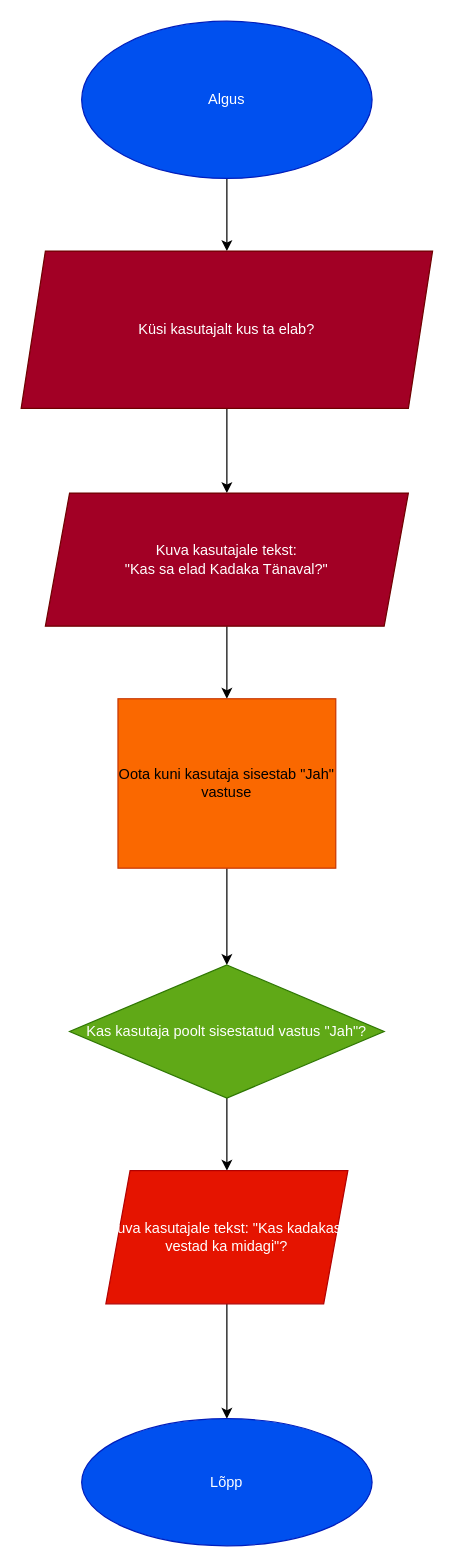
Dmitrybog13/Konspekt_Dmitri_Bogdanov_LOGITge25 keeps this draw.io diagram as Kontroltöö/Ülesanne 1.drawio. Above is the earlier version. Source tidied: cells renumbered, new cells numbered last; positions are measured from the earlier drawing's top-left corner, leaving out a move shared by most shapes. Both pictures are drawn from the tidied source at 121%, with x=0, y=0 at pixel (21, 21).
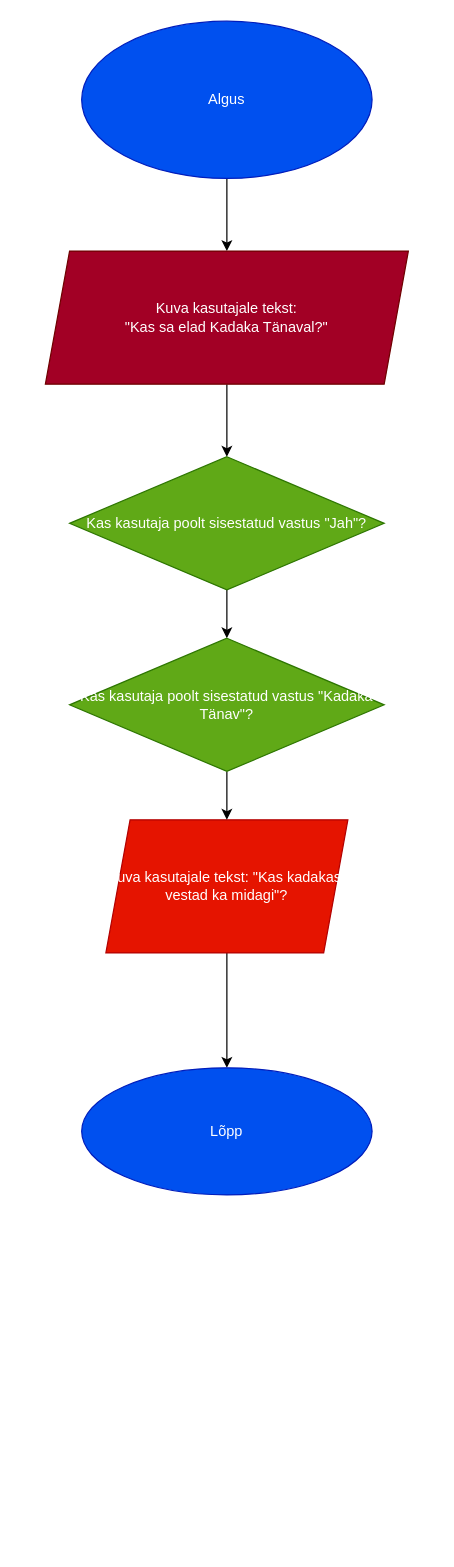
The same page after the edit.

Change to the diagram source:
```diff
@@
 <mxGraphModel>
   <root>
     <mxCell id="0" />
     <mxCell id="1" parent="0" />
-    <mxCell id="2" style="edgeStyle=orthogonalEdgeStyle;rounded=0;jettySize=auto;html=1;" parent="1" edge="1" source="3" target="5">
+    <mxCell id="2" style="edgeStyle=orthogonalEdgeStyle;rounded=0;jettySize=auto;html=1;entryX=0.5;entryY=0;entryDx=0;entryDy=0;" parent="1" edge="1" source="3" target="7">
       <mxGeometry relative="1" as="geometry" />
     </mxCell>
     <mxCell id="3" value="Algus" style="ellipse;whiteSpace=wrap;html=1;fillColor=#0050ef;fontColor=#ffffff;strokeColor=#001DBC;" parent="1" vertex="1">
       <mxGeometry x="50" width="240" height="130" as="geometry" />
     </mxCell>
-    <mxCell id="4" style="edgeStyle=orthogonalEdgeStyle;rounded=0;jettySize=auto;html=1;" parent="1" edge="1" source="5" target="7">
-      <mxGeometry relative="1" as="geometry" />
-    </mxCell>
-    <mxCell id="5" value="Küsi kasutajalt kus ta elab?" style="shape=parallelogram;perimeter=parallelogramPerimeter;whiteSpace=wrap;html=1;fixedSize=1;fillColor=#a20025;strokeColor=#6F0000;fontColor=#ffffff;" parent="1" vertex="1">
-      <mxGeometry y="190" width="340" height="130" as="geometry" />
-    </mxCell>
-    <mxCell id="6" style="edgeStyle=orthogonalEdgeStyle;rounded=0;jettySize=auto;html=1;" parent="1" edge="1" source="7" target="9">
-      <mxGeometry relative="1" as="geometry" />
+    <mxCell id="6" style="edgeStyle=orthogonalEdgeStyle;rounded=0;jettySize=auto;html=1;" parent="1" edge="1" source="7">
+      <mxGeometry relative="1" as="geometry">
+        <mxPoint x="170" y="360" as="targetPoint" />
+      </mxGeometry>
     </mxCell>
     <mxCell id="7" value="Kuva kasutajale tekst:&lt;div&gt;&quot;Kas sa elad Kadaka Tänaval?&quot;&lt;/div&gt;" style="shape=parallelogram;perimeter=parallelogramPerimeter;whiteSpace=wrap;html=1;fixedSize=1;fillColor=#a20025;strokeColor=#6F0000;fontColor=#ffffff;" parent="1" vertex="1">
-      <mxGeometry x="20" y="390" width="300" height="110" as="geometry" />
+      <mxGeometry x="20" y="190" width="300" height="110" as="geometry" />
     </mxCell>
-    <mxCell id="8" style="edgeStyle=orthogonalEdgeStyle;rounded=0;jettySize=auto;html=1;" parent="1" edge="1" source="9" target="11">
-      <mxGeometry relative="1" as="geometry" />
-    </mxCell>
-    <mxCell id="9" value="Oota kuni kasutaja sisestab &quot;Jah&quot; vastuse" style="whiteSpace=wrap;html=1;fillColor=#fa6800;strokeColor=#C73500;fontColor=#000000;" parent="1" vertex="1">
-      <mxGeometry x="80" y="560" width="180" height="140" as="geometry" />
-    </mxCell>
-    <mxCell id="10" style="edgeStyle=orthogonalEdgeStyle;rounded=0;jettySize=auto;html=1;" parent="1" edge="1" source="11" target="13">
-      <mxGeometry relative="1" as="geometry" />
-    </mxCell>
+    <mxCell id="15" style="edgeStyle=orthogonalEdgeStyle;rounded=0;jettySize=auto;html=1;" parent="1" edge="1" source="11" target="17">
+      <mxGeometry relative="1" as="geometry" />
+    </mxCell>
     <mxCell id="11" value="Kas kasutaja poolt sisestatud vastus &quot;Jah&quot;?" style="rhombus;whiteSpace=wrap;html=1;fillColor=#60a917;strokeColor=#2D7600;fontColor=#ffffff;" parent="1" vertex="1">
-      <mxGeometry x="40" y="780" width="260" height="110" as="geometry" />
+      <mxGeometry x="40" y="360" width="260" height="110" as="geometry" />
     </mxCell>
     <mxCell id="12" style="edgeStyle=orthogonalEdgeStyle;rounded=0;jettySize=auto;html=1;" parent="1" edge="1" source="13" target="14">
       <mxGeometry relative="1" as="geometry" />
     </mxCell>
     <mxCell id="13" value="Kuva kasutajale tekst: &quot;Kas kadakast vestad ka midagi&quot;?" style="shape=parallelogram;perimeter=parallelogramPerimeter;whiteSpace=wrap;html=1;fixedSize=1;fillColor=#e51400;strokeColor=#B20000;fontColor=#ffffff;" parent="1" vertex="1">
-      <mxGeometry x="70" y="950" width="200" height="110" as="geometry" />
+      <mxGeometry x="70" y="660" width="200" height="110" as="geometry" />
     </mxCell>
     <mxCell id="14" value="Lõpp" style="ellipse;whiteSpace=wrap;html=1;fillColor=#0050ef;strokeColor=#001DBC;fontColor=#ffffff;" parent="1" vertex="1">
-      <mxGeometry x="50" y="1155" width="240" height="105" as="geometry" />
+      <mxGeometry x="50" y="865" width="240" height="105" as="geometry" />
     </mxCell>
+    <mxCell id="16" style="edgeStyle=orthogonalEdgeStyle;rounded=0;jettySize=auto;html=1;entryX=0.5;entryY=0;entryDx=0;entryDy=0;" parent="1" edge="1" source="17" target="13">
+      <mxGeometry relative="1" as="geometry" />
+    </mxCell>
+    <mxCell id="17" value="Kas kasutaja poolt sisestatud vastus &quot;Kadaka Tänav&quot;?" style="rhombus;whiteSpace=wrap;html=1;fillColor=#60a917;strokeColor=#2D7600;fontColor=#ffffff;" parent="1" vertex="1">
+      <mxGeometry x="40" y="510" width="260" height="110" as="geometry" />
+    </mxCell>
   </root>
 </mxGraphModel>
```
